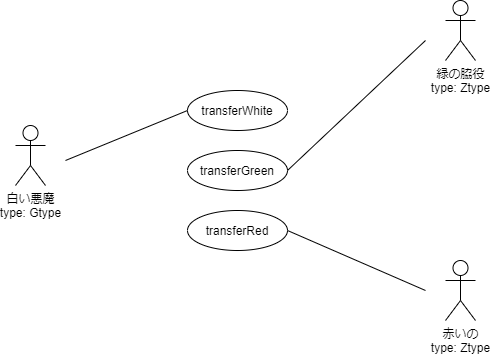
maru44/my_zenn keeps this draw.io diagram as srp/bad2.png. Above is the earlier version. Source tidied: cells renumbered, new cells last; positions are measured from the earlier drawing's top-left corner, leaving out a move shared by most shapes. Its diagram source:
```xml
<mxGraphModel background="#FFFFFF">
  <root>
    <mxCell id="0" />
    <mxCell id="1" parent="0" />
    <mxCell id="2" value="白い悪魔&lt;br&gt;type: Gtype" style="shape=umlActor;verticalLabelPosition=bottom;verticalAlign=top;html=1;" parent="1" vertex="1">
      <mxGeometry y="125" width="30" height="60" as="geometry" />
    </mxCell>
    <mxCell id="3" value="緑の脇役&lt;br&gt;type: Ztype" style="shape=umlActor;verticalLabelPosition=bottom;verticalAlign=top;html=1;" parent="1" vertex="1">
      <mxGeometry x="430" width="30" height="60" as="geometry" />
    </mxCell>
    <mxCell id="4" value="赤いの&lt;br&gt;type: Ztype&lt;br&gt;" style="shape=umlActor;verticalLabelPosition=bottom;verticalAlign=top;html=1;" parent="1" vertex="1">
      <mxGeometry x="430" y="260" width="30" height="60" as="geometry" />
    </mxCell>
    <mxCell id="5" value="transferWhite" style="ellipse;whiteSpace=wrap;html=1;verticalAlign=middle;" parent="1" vertex="1">
      <mxGeometry x="172" y="90" width="100" height="40" as="geometry" />
    </mxCell>
    <mxCell id="6" value="transferGreen" style="ellipse;whiteSpace=wrap;html=1;verticalAlign=middle;" parent="1" vertex="1">
      <mxGeometry x="172" y="150" width="100" height="40" as="geometry" />
    </mxCell>
    <mxCell id="7" value="transferRed" style="ellipse;whiteSpace=wrap;html=1;verticalAlign=middle;" parent="1" vertex="1">
      <mxGeometry x="172" y="210" width="100" height="40" as="geometry" />
    </mxCell>
    <mxCell id="8" style="endArrow=none;html=1;entryX=0;entryY=0.5;entryDx=0;entryDy=0;" parent="1" edge="1" target="5">
      <mxGeometry relative="1" as="geometry">
        <mxPoint x="50" y="160" as="sourcePoint" />
      </mxGeometry>
    </mxCell>
    <mxCell id="9" style="endArrow=none;html=1;entryX=1;entryY=0.5;entryDx=0;entryDy=0;" parent="1" edge="1" target="6">
      <mxGeometry relative="1" as="geometry">
        <mxPoint x="410" y="40" as="sourcePoint" />
      </mxGeometry>
    </mxCell>
    <mxCell id="10" style="endArrow=none;html=1;entryX=1;entryY=0.5;entryDx=0;entryDy=0;" parent="1" edge="1" target="7">
      <mxGeometry relative="1" as="geometry">
        <mxPoint x="410" y="290" as="sourcePoint" />
      </mxGeometry>
    </mxCell>
  </root>
</mxGraphModel>
```
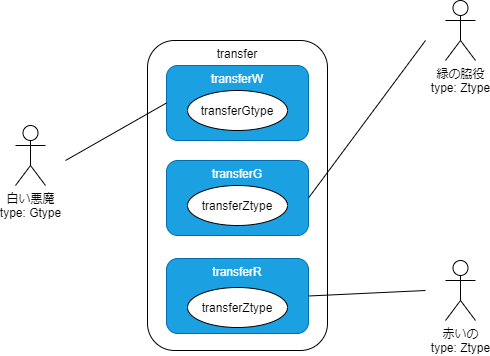
After the change.

What changed in the source:
```diff
@@ -1,7 +1,19 @@
-<mxGraphModel background="#FFFFFF">
+<mxGraphModel background="#ffffff">
   <root>
     <mxCell id="0" />
     <mxCell id="1" parent="0" />
+    <mxCell id="11" value="transfer" style="rounded=1;whiteSpace=wrap;html=1;verticalAlign=top;" parent="1" vertex="1">
+      <mxGeometry x="132" y="40" width="180" height="310" as="geometry" />
+    </mxCell>
+    <mxCell id="12" value="transferW" style="rounded=1;whiteSpace=wrap;html=1;verticalAlign=top;fillColor=#1ba1e2;strokeColor=#006EAF;fontColor=#ffffff;" parent="1" vertex="1">
+      <mxGeometry x="151" y="65" width="142" height="75" as="geometry" />
+    </mxCell>
+    <mxCell id="13" value="transferG" style="rounded=1;whiteSpace=wrap;html=1;verticalAlign=top;fillColor=#1ba1e2;strokeColor=#006EAF;fontColor=#ffffff;" parent="1" vertex="1">
+      <mxGeometry x="151" y="160" width="142" height="75" as="geometry" />
+    </mxCell>
+    <mxCell id="14" value="transferR" style="rounded=1;whiteSpace=wrap;html=1;verticalAlign=top;fillColor=#1ba1e2;strokeColor=#006EAF;fontColor=#ffffff;" parent="1" vertex="1">
+      <mxGeometry x="151" y="258" width="142" height="75" as="geometry" />
+    </mxCell>
     <mxCell id="2" value="白い悪魔&lt;br&gt;type: Gtype" style="shape=umlActor;verticalLabelPosition=bottom;verticalAlign=top;html=1;" parent="1" vertex="1">
       <mxGeometry y="125" width="30" height="60" as="geometry" />
     </mxCell>
@@ -11,29 +23,29 @@
     <mxCell id="4" value="赤いの&lt;br&gt;type: Ztype&lt;br&gt;" style="shape=umlActor;verticalLabelPosition=bottom;verticalAlign=top;html=1;" parent="1" vertex="1">
       <mxGeometry x="430" y="260" width="30" height="60" as="geometry" />
     </mxCell>
-    <mxCell id="5" value="transferWhite" style="ellipse;whiteSpace=wrap;html=1;verticalAlign=middle;" parent="1" vertex="1">
+    <mxCell id="5" value="transferGtype" style="ellipse;whiteSpace=wrap;html=1;verticalAlign=middle;" parent="1" vertex="1">
       <mxGeometry x="172" y="90" width="100" height="40" as="geometry" />
     </mxCell>
-    <mxCell id="6" value="transferGreen" style="ellipse;whiteSpace=wrap;html=1;verticalAlign=middle;" parent="1" vertex="1">
-      <mxGeometry x="172" y="150" width="100" height="40" as="geometry" />
-    </mxCell>
-    <mxCell id="7" value="transferRed" style="ellipse;whiteSpace=wrap;html=1;verticalAlign=middle;" parent="1" vertex="1">
-      <mxGeometry x="172" y="210" width="100" height="40" as="geometry" />
+    <mxCell id="7" value="transferZtype" style="ellipse;whiteSpace=wrap;html=1;verticalAlign=middle;" parent="1" vertex="1">
+      <mxGeometry x="172" y="185" width="100" height="40" as="geometry" />
     </mxCell>
-    <mxCell id="8" style="endArrow=none;html=1;entryX=0;entryY=0.5;entryDx=0;entryDy=0;" parent="1" edge="1" target="5">
+    <mxCell id="8" style="endArrow=none;html=1;entryX=0;entryY=0.5;entryDx=0;entryDy=0;" parent="1" edge="1" target="12">
       <mxGeometry relative="1" as="geometry">
         <mxPoint x="50" y="160" as="sourcePoint" />
       </mxGeometry>
     </mxCell>
-    <mxCell id="9" style="endArrow=none;html=1;entryX=1;entryY=0.5;entryDx=0;entryDy=0;" parent="1" edge="1" target="6">
+    <mxCell id="9" style="endArrow=none;html=1;entryX=1;entryY=0.5;entryDx=0;entryDy=0;" parent="1" edge="1" target="13">
       <mxGeometry relative="1" as="geometry">
         <mxPoint x="410" y="40" as="sourcePoint" />
       </mxGeometry>
     </mxCell>
-    <mxCell id="10" style="endArrow=none;html=1;entryX=1;entryY=0.5;entryDx=0;entryDy=0;" parent="1" edge="1" target="7">
+    <mxCell id="10" style="endArrow=none;html=1;entryX=1;entryY=0.5;entryDx=0;entryDy=0;" parent="1" edge="1" target="14">
       <mxGeometry relative="1" as="geometry">
         <mxPoint x="410" y="290" as="sourcePoint" />
       </mxGeometry>
     </mxCell>
+    <mxCell id="15" value="transferZtype" style="ellipse;whiteSpace=wrap;html=1;verticalAlign=middle;" parent="1" vertex="1">
+      <mxGeometry x="172" y="287" width="100" height="40" as="geometry" />
+    </mxCell>
   </root>
 </mxGraphModel>
```
